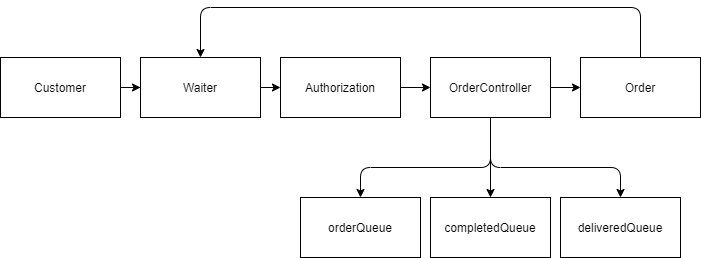
This is images/WaiterChart1.png from nsnyder1992/OrderProcessingSystem, a draw.io export, as it was before one commit. Source tidied: cells renumbered, new cells last; positions are measured from the earlier drawing's top-left corner, leaving out a move shared by most shapes.
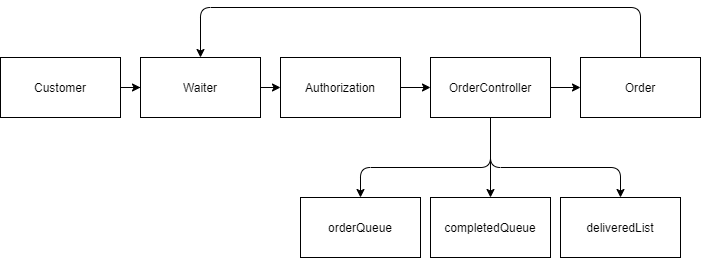
After the commit.

Change to the diagram source:
```diff
@@ -17,7 +17,7 @@
     <mxCell id="6" value="Order" style="rounded=0;whiteSpace=wrap;html=1;" parent="1" vertex="1">
       <mxGeometry x="580" y="50" width="120" height="60" as="geometry" />
     </mxCell>
-    <mxCell id="7" value="deliveredQueue" style="rounded=0;whiteSpace=wrap;html=1;" parent="1" vertex="1">
+    <mxCell id="7" value="deliveredList" style="rounded=0;whiteSpace=wrap;html=1;" parent="1" vertex="1">
       <mxGeometry x="560" y="190" width="120" height="60" as="geometry" />
     </mxCell>
     <mxCell id="8" style="endArrow=classic;html=1;exitX=0.5;exitY=1;exitDx=0;exitDy=0;entryX=0.5;entryY=0;entryDx=0;entryDy=0;" parent="1" edge="1" source="4" target="7">
```
